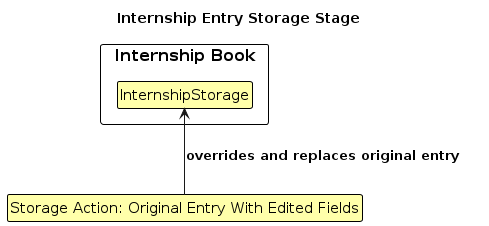
This is diagrams/ModifyCommandStore.png from AY2324S1-CS2103T-W17-1/tp, a PlantUML export, as it was before one commit. Its source is kept beside it as diagrams/ModifyCommandStore.puml. Its diagram source:
```plantuml
@startuml
!include style.puml
skinparam ClassFontColor #000000
skinparam ClassBorderColor #000000
skinparam ClassBackgroundColor #FFFFAA

title Internship Entry Storage Stage

package "Internship Book" {
    class InternshipStorage as "InternshipStorage"
}

class InternshipEntry as "InternshipEntry:\nJane Street, Coffee maker"

InternshipStorage -[hidden]right-> InternshipEntry

hide InternshipEntry

class StorageAction as "Storage Action: Original Entry With Edited Fields"

StorageAction -up-> InternshipStorage : overrides and replaces original entry

@enduml
```
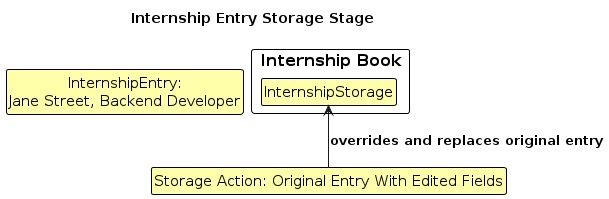
After the change.

What changed in the source:
```diff
@@ -1,4 +1,5 @@
 @startuml
+!pragma layout smetana
 !include style.puml
 skinparam ClassFontColor #000000
 skinparam ClassBorderColor #000000
@@ -10,7 +11,7 @@
     class InternshipStorage as "InternshipStorage"
 }
 
-class InternshipEntry as "InternshipEntry:\nJane Street, Coffee maker"
+class InternshipEntry as "InternshipEntry:\nJane Street, Backend Developer"
 
 InternshipStorage -[hidden]right-> InternshipEntry
 
```
